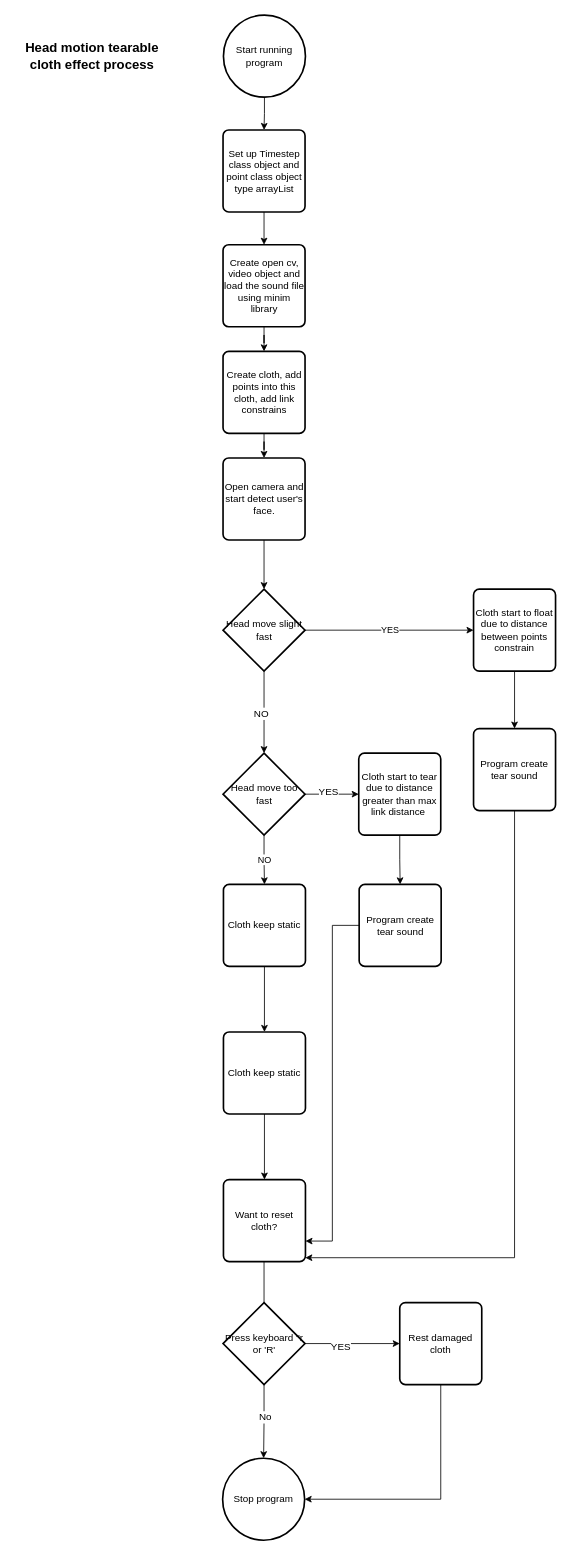
shenwangbei/-_html-_- keeps this draw.io diagram as code flow chart.drawio. Above is the earlier version. Source tidied: cells renumbered, new cells numbered last; positions are measured from the earlier drawing's top-left corner, leaving out a move shared by most shapes. Both pictures are drawn from the tidied source at 82%, with x=0, y=0 at pixel (14, 15).
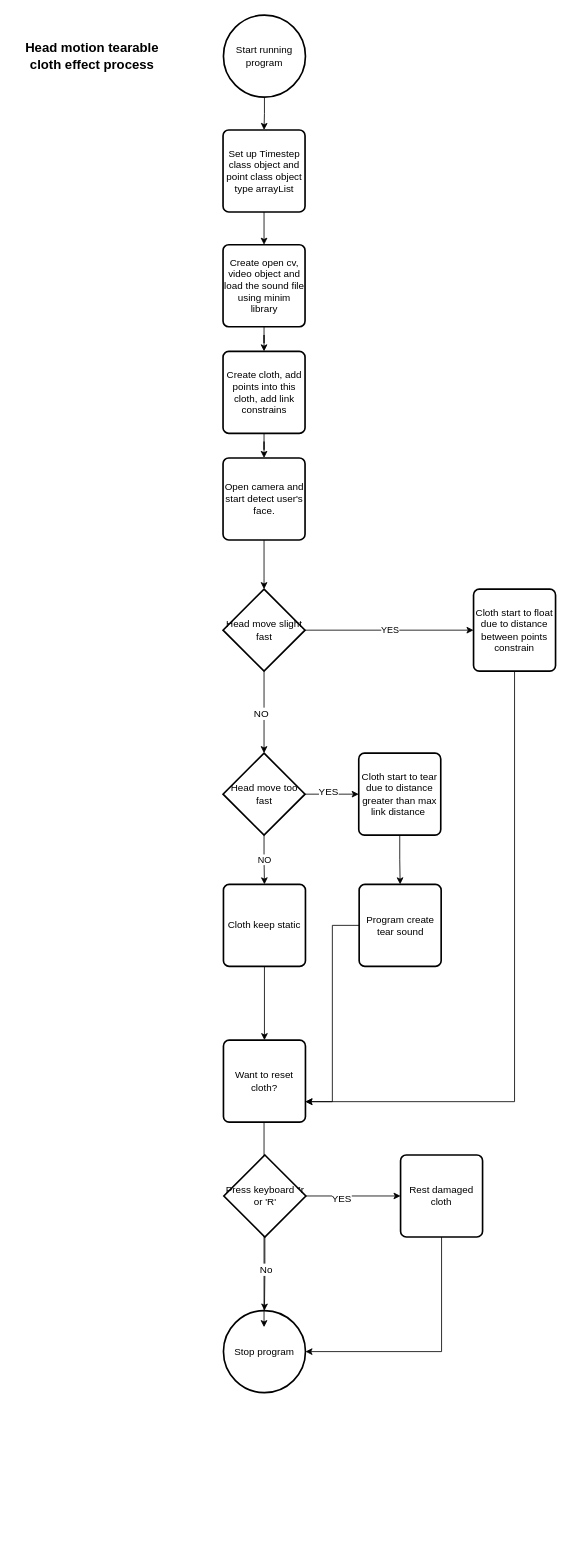
The same page after the edit.

The change refers to these unchanged cells:
```xml
<mxCell id="19" value="Cloth start to float due to distance between points constrain" style="rounded=1;whiteSpace=wrap;html=1;absoluteArcSize=1;arcSize=14;strokeWidth=2;" parent="1" vertex="1">
  <mxGeometry x="560" y="700" width="100" height="100" as="geometry" />
</mxCell>
<mxCell id="31" value="&lt;span style=&quot;white-space: normal&quot;&gt;Cloth keep static&lt;/span&gt;" style="rounded=1;whiteSpace=wrap;html=1;absoluteArcSize=1;arcSize=14;strokeWidth=2;" parent="1" vertex="1">
  <mxGeometry x="255" y="1060" width="100" height="100" as="geometry" />
</mxCell>
```

The edit, as a diff of the source:
```diff
@@
     <mxCell id="4" value="Stop program" style="strokeWidth=2;html=1;shape=mxgraph.flowchart.start_2;whiteSpace=wrap;" parent="1" vertex="1">
-      <mxGeometry x="254" y="1759.8" width="100" height="100" as="geometry" />
+      <mxGeometry x="255" y="1579.8" width="100" height="100" as="geometry" />
     </mxCell>
@@
-    <mxCell id="18" style="edgeStyle=orthogonalEdgeStyle;rounded=0;jettySize=auto;html=1;" parent="1" edge="1" source="19" target="21">
-      <mxGeometry relative="1" as="geometry" />
+    <mxCell id="18" style="edgeStyle=orthogonalEdgeStyle;rounded=0;jettySize=auto;html=1;entryX=1;entryY=0.75;entryDx=0;entryDy=0;" parent="1" edge="1" source="19" target="35">
+      <mxGeometry relative="1" as="geometry">
+        <Array as="points">
+          <mxPoint x="610" y="1325" />
+        </Array>
+      </mxGeometry>
     </mxCell>
@@
-    <mxCell id="20" style="edgeStyle=orthogonalEdgeStyle;rounded=0;jettySize=auto;html=1;exitX=0.5;exitY=1;exitDx=0;exitDy=0;entryX=0.998;entryY=0.953;entryDx=0;entryDy=0;entryPerimeter=0;" parent="1" edge="1" source="21" target="35">
-      <mxGeometry relative="1" as="geometry" />
-    </mxCell>
-    <mxCell id="21" value="Program create tear sound" style="rounded=1;whiteSpace=wrap;html=1;absoluteArcSize=1;arcSize=14;strokeWidth=2;" parent="1" vertex="1">
-      <mxGeometry x="560" y="870" width="100" height="100" as="geometry" />
-    </mxCell>
@@
-    <mxCell id="30" style="edgeStyle=orthogonalEdgeStyle;rounded=0;jettySize=auto;html=1;" parent="1" edge="1" source="31" target="33">
+    <mxCell id="30" style="edgeStyle=orthogonalEdgeStyle;rounded=0;jettySize=auto;html=1;" parent="1" edge="1" source="31" target="35">
       <mxGeometry relative="1" as="geometry" />
     </mxCell>
@@
-    <mxCell id="32" style="edgeStyle=orthogonalEdgeStyle;rounded=0;jettySize=auto;html=1;" parent="1" edge="1" source="33" target="35">
-      <mxGeometry relative="1" as="geometry" />
-    </mxCell>
-    <mxCell id="33" value="&lt;span style=&quot;white-space: normal&quot;&gt;Cloth keep static&lt;/span&gt;" style="rounded=1;whiteSpace=wrap;html=1;absoluteArcSize=1;arcSize=14;strokeWidth=2;" parent="1" vertex="1">
-      <mxGeometry x="255" y="1240" width="100" height="100" as="geometry" />
-    </mxCell>
     <mxCell id="34" style="edgeStyle=orthogonalEdgeStyle;rounded=0;jettySize=auto;html=1;" parent="1" edge="1" source="35">
       <mxGeometry relative="1" as="geometry">
-        <mxPoint x="304.5" y="1640" as="targetPoint" />
+        <mxPoint x="304.5" y="1600" as="targetPoint" />
       </mxGeometry>
     </mxCell>
     <mxCell id="35" value="Want to reset cloth?" style="rounded=1;whiteSpace=wrap;html=1;absoluteArcSize=1;arcSize=14;strokeWidth=2;" parent="1" vertex="1">
-      <mxGeometry x="255" y="1420" width="100" height="100" as="geometry" />
+      <mxGeometry x="255" y="1250" width="100" height="100" as="geometry" />
     </mxCell>
@@
     <mxCell id="40" value="Press keyboard ''r or 'R'" style="strokeWidth=2;html=1;shape=mxgraph.flowchart.decision;whiteSpace=wrap;" parent="1" vertex="1">
-      <mxGeometry x="254.5" y="1570" width="100" height="100" as="geometry" />
+      <mxGeometry x="255.5" y="1390" width="100" height="100" as="geometry" />
     </mxCell>
@@
     <mxCell id="42" value="Rest damaged cloth" style="rounded=1;whiteSpace=wrap;html=1;absoluteArcSize=1;arcSize=14;strokeWidth=2;" parent="1" vertex="1">
-      <mxGeometry x="470" y="1570" width="100" height="100" as="geometry" />
+      <mxGeometry x="471" y="1390" width="100" height="100" as="geometry" />
     </mxCell>
```
